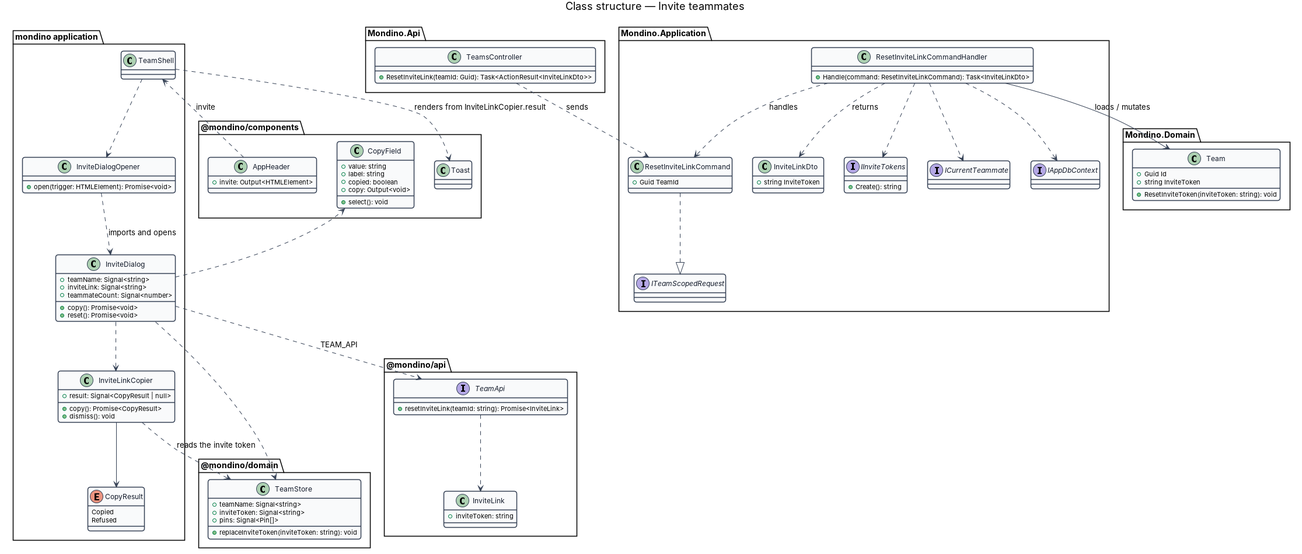
The PlantUML diagram docs/detailed-designs/joining/invite-teammates/diagrams/class-structure.png in QuinntyneBrown/Mondino, before a commit. Its source is kept beside it as docs/detailed-designs/joining/invite-teammates/diagrams/class-structure.puml. Source of this version:
```plantuml
@startuml
set namespaceSeparator none
skinparam backgroundColor #FFFFFF
skinparam shadowing false
skinparam roundcorner 8
skinparam defaultFontName Arial
skinparam ArrowColor #344054
skinparam class {
  BorderColor #344054
  FontColor #101828
  BackgroundColor #F9FAFB
}

title Class structure — Invite teammates

package "mondino application" {
  class TeamShell
  class InviteDialogOpener {
    +open(trigger: HTMLElement): Promise<void>
  }
  class InviteDialog {
    +teamName: Signal<string>
    +inviteLink: Signal<string>
    +teammateCount: Signal<number>
    +copy(): Promise<void>
    +reset(): Promise<void>
  }
  class InviteLinkCopier {
    +result: Signal<CopyResult | null>
    +copy(): Promise<CopyResult>
    +dismiss(): void
  }
  enum CopyResult {
    Copied
    Refused
  }
}
package "@mondino/components" {
  class AppHeader {
    +invite: Output<HTMLElement>
  }
  class CopyField {
    +value: string
    +label: string
    +copied: boolean
    +copy: Output<void>
    +select(): void
  }
  class Toast
}
package "@mondino/domain" {
  class TeamStore {
    +teamName: Signal<string>
    +inviteToken: Signal<string>
    +pins: Signal<Pin[]>
    +replaceInviteToken(inviteToken: string): void
  }
}
package "@mondino/api" {
  interface TeamApi {
    +resetInviteLink(teamId: string): Promise<InviteLink>
  }
  class InviteLink {
    +inviteToken: string
  }
}
package "Mondino.Api" {
  class TeamsController {
    +ResetInviteLink(teamId: Guid): Task<ActionResult<InviteLinkDto>>
  }
}
package "Mondino.Application" {
  interface ITeamScopedRequest
  class ResetInviteLinkCommand {
    +Guid TeamId
  }
  class ResetInviteLinkCommandHandler {
    +Handle(command: ResetInviteLinkCommand): Task<InviteLinkDto>
  }
  class InviteLinkDto {
    +string InviteToken
  }
  interface IInviteTokens {
    +Create(): string
  }
  interface ICurrentTeammate
  interface IAppDbContext
}
package "Mondino.Domain" {
  class Team {
    +Guid Id
    +string InviteToken
    +ResetInviteToken(inviteToken: string): void
  }
}

AppHeader ..> TeamShell : invite
TeamShell ..> InviteDialogOpener
TeamShell ..> Toast : renders from InviteLinkCopier.result
InviteDialogOpener ..> InviteDialog : imports and opens
InviteDialog ..> CopyField
InviteDialog ..> InviteLinkCopier
InviteDialog ..> TeamStore
InviteDialog ..> TeamApi : TEAM_API
InviteLinkCopier --> CopyResult
InviteLinkCopier ..> TeamStore : reads the invite token
TeamApi ..> InviteLink
TeamsController ..> ResetInviteLinkCommand : sends
ResetInviteLinkCommand ..|> ITeamScopedRequest
ResetInviteLinkCommandHandler ..> ResetInviteLinkCommand : handles
ResetInviteLinkCommandHandler ..> InviteLinkDto : returns
ResetInviteLinkCommandHandler ..> IInviteTokens
ResetInviteLinkCommandHandler ..> ICurrentTeammate
ResetInviteLinkCommandHandler ..> IAppDbContext
ResetInviteLinkCommandHandler --> Team : loads / mutates
@enduml
```
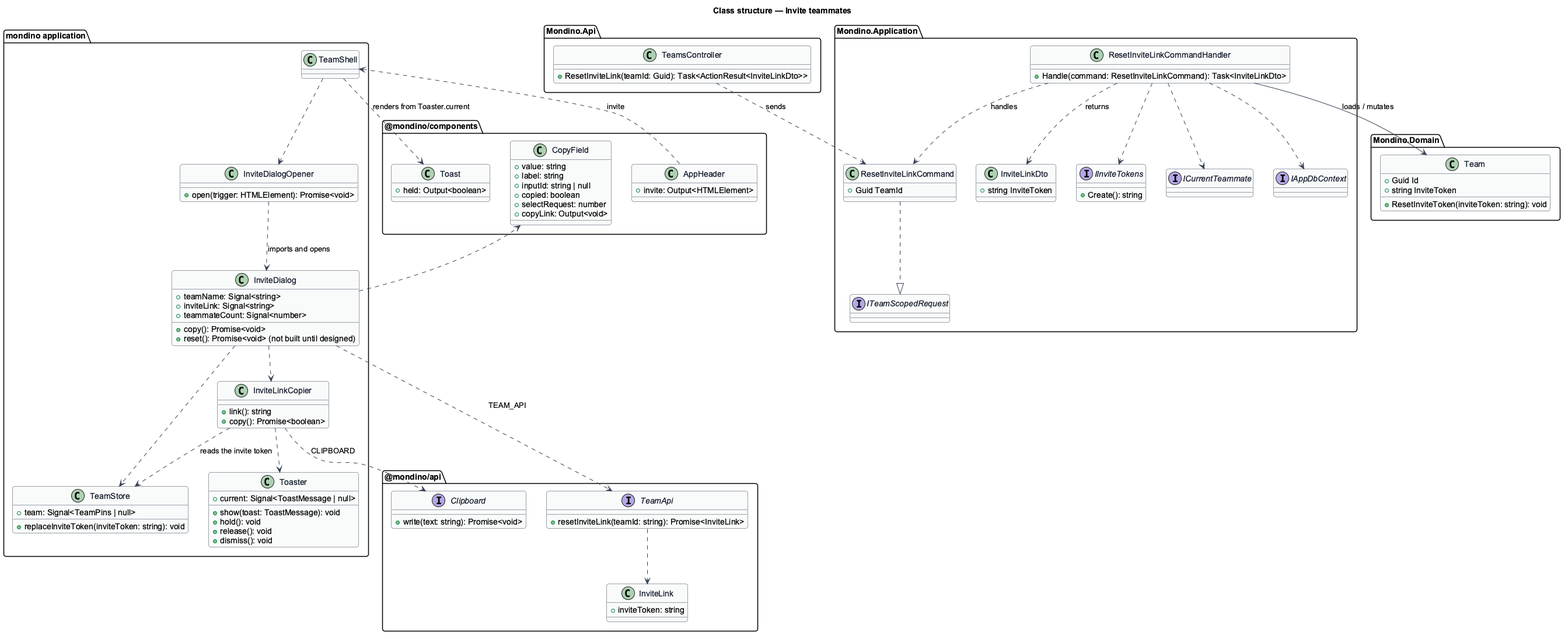
After the commit.

The edit, as a diff of the source:
```diff
@@ -23,16 +23,22 @@
     +inviteLink: Signal<string>
     +teammateCount: Signal<number>
     +copy(): Promise<void>
-    +reset(): Promise<void>
+    +reset(): Promise<void> (not built until designed)
   }
   class InviteLinkCopier {
-    +result: Signal<CopyResult | null>
-    +copy(): Promise<CopyResult>
+    +link(): string
+    +copy(): Promise<boolean>
+  }
+  class Toaster {
+    +current: Signal<ToastMessage | null>
+    +show(toast: ToastMessage): void
+    +hold(): void
+    +release(): void
     +dismiss(): void
   }
-  enum CopyResult {
-    Copied
-    Refused
+  class TeamStore {
+    +team: Signal<TeamPins | null>
+    +replaceInviteToken(inviteToken: string): void
   }
 }
 package "@mondino/components" {
@@ -42,21 +48,19 @@
   class CopyField {
     +value: string
     +label: string
+    +inputId: string | null
     +copied: boolean
-    +copy: Output<void>
-    +select(): void
+    +selectRequest: number
+    +copyLink: Output<void>
   }
-  class Toast
-}
-package "@mondino/domain" {
-  class TeamStore {
-    +teamName: Signal<string>
-    +inviteToken: Signal<string>
-    +pins: Signal<Pin[]>
-    +replaceInviteToken(inviteToken: string): void
+  class Toast {
+    +held: Output<boolean>
   }
 }
 package "@mondino/api" {
+  interface Clipboard {
+    +write(text: string): Promise<void>
+  }
   interface TeamApi {
     +resetInviteLink(teamId: string): Promise<InviteLink>
   }
@@ -96,13 +100,14 @@
 
 AppHeader ..> TeamShell : invite
 TeamShell ..> InviteDialogOpener
-TeamShell ..> Toast : renders from InviteLinkCopier.result
+TeamShell ..> Toast : renders from Toaster.current
 InviteDialogOpener ..> InviteDialog : imports and opens
 InviteDialog ..> CopyField
 InviteDialog ..> InviteLinkCopier
 InviteDialog ..> TeamStore
 InviteDialog ..> TeamApi : TEAM_API
-InviteLinkCopier --> CopyResult
+InviteLinkCopier ..> Toaster
+InviteLinkCopier ..> Clipboard : CLIPBOARD
 InviteLinkCopier ..> TeamStore : reads the invite token
 TeamApi ..> InviteLink
 TeamsController ..> ResetInviteLinkCommand : sends
```
